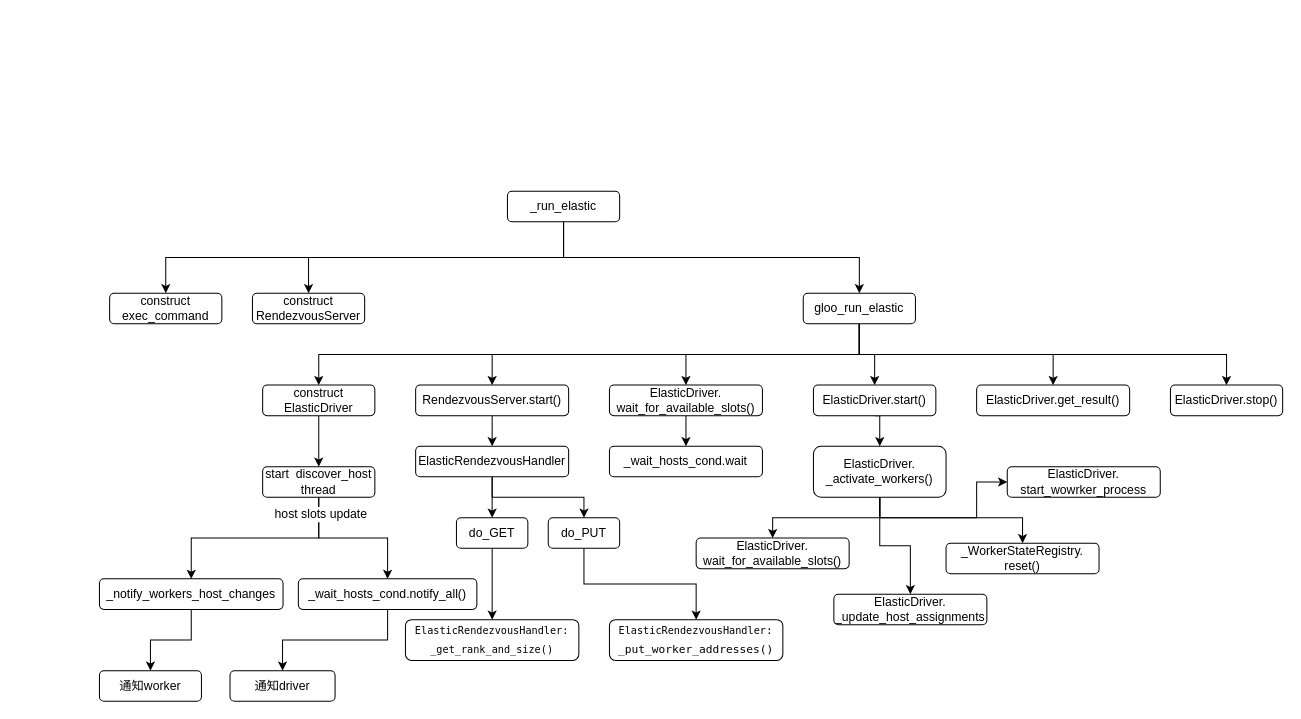
Above: draw/elasticdriver.drawio in tingshua-yts/horovod (draw.io), before the change. Source tidied: cells renumbered, new cells numbered last; positions are measured from the earlier drawing's top-left corner, leaving out a move shared by most shapes. Both pictures are drawn from the tidied source at 102%, with x=0, y=0 at pixel (99, 191).
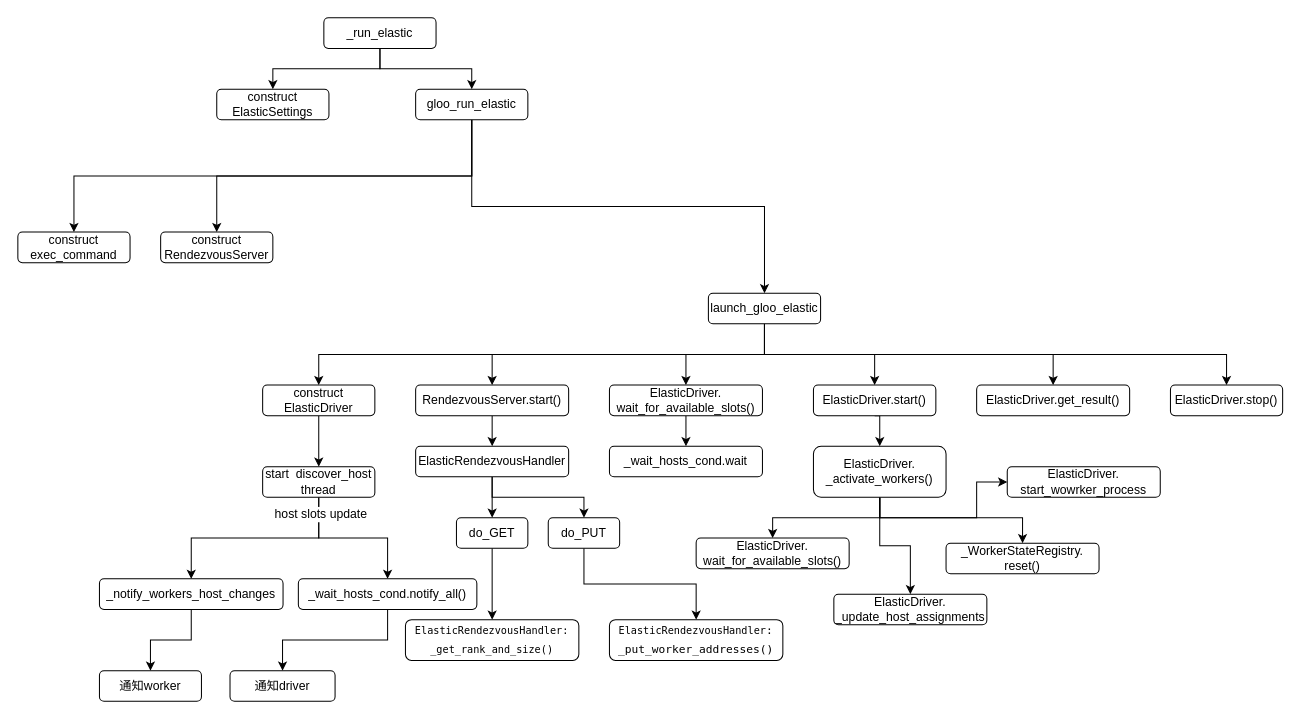
Above is the later version.

What changed in the source:
```diff
@@
-    <mxCell id="5" value="_run_elastic" style="rounded=1;whiteSpace=wrap;html=1;" parent="1" vertex="1">
-      <mxGeometry x="400" width="110" height="30" as="geometry" />
+    <mxCell id="5" value="gloo_run_elastic" style="rounded=1;whiteSpace=wrap;html=1;" parent="1" vertex="1">
+      <mxGeometry x="310" y="-100" width="110" height="30" as="geometry" />
     </mxCell>
     <mxCell id="6" value="construct exec_command" style="rounded=1;whiteSpace=wrap;html=1;" parent="1" vertex="1">
-      <mxGeometry x="10" y="100" width="110" height="30" as="geometry" />
+      <mxGeometry x="-80" y="40" width="110" height="30" as="geometry" />
     </mxCell>
     <mxCell id="7" value="construct RendezvousServer" style="rounded=1;whiteSpace=wrap;html=1;" parent="1" vertex="1">
-      <mxGeometry x="150" y="100" width="110" height="30" as="geometry" />
+      <mxGeometry x="60" y="40" width="110" height="30" as="geometry" />
     </mxCell>
@@
-    <mxCell id="14" value="gloo_run_elastic" style="rounded=1;whiteSpace=wrap;html=1;" parent="1" vertex="1">
-      <mxGeometry x="690" y="100" width="110" height="30" as="geometry" />
+    <mxCell id="14" value="launch_gloo_elastic" style="rounded=1;whiteSpace=wrap;html=1;" parent="1" vertex="1">
+      <mxGeometry x="597" y="100" width="110" height="30" as="geometry" />
     </mxCell>
@@
+    <mxCell id="54" style="edgeStyle=orthogonalEdgeStyle;rounded=0;jettySize=auto;html=1;exitX=0.5;exitY=1;exitDx=0;exitDy=0;entryX=0.5;entryY=0;entryDx=0;entryDy=0;" parent="1" edge="1" source="56" target="57">
+      <mxGeometry relative="1" as="geometry" />
+    </mxCell>
+    <mxCell id="55" style="edgeStyle=orthogonalEdgeStyle;rounded=0;jettySize=auto;html=1;exitX=0.5;exitY=1;exitDx=0;exitDy=0;entryX=0.5;entryY=0;entryDx=0;entryDy=0;" parent="1" edge="1" source="56" target="5">
+      <mxGeometry relative="1" as="geometry" />
+    </mxCell>
+    <mxCell id="56" value="_run_elastic" style="rounded=1;whiteSpace=wrap;html=1;" parent="1" vertex="1">
+      <mxGeometry x="220" y="-170" width="110" height="30" as="geometry" />
+    </mxCell>
+    <mxCell id="57" value="construct&lt;br&gt;ElasticSettings" style="rounded=1;whiteSpace=wrap;html=1;" parent="1" vertex="1">
+      <mxGeometry x="115" y="-100" width="110" height="30" as="geometry" />
+    </mxCell>
```
